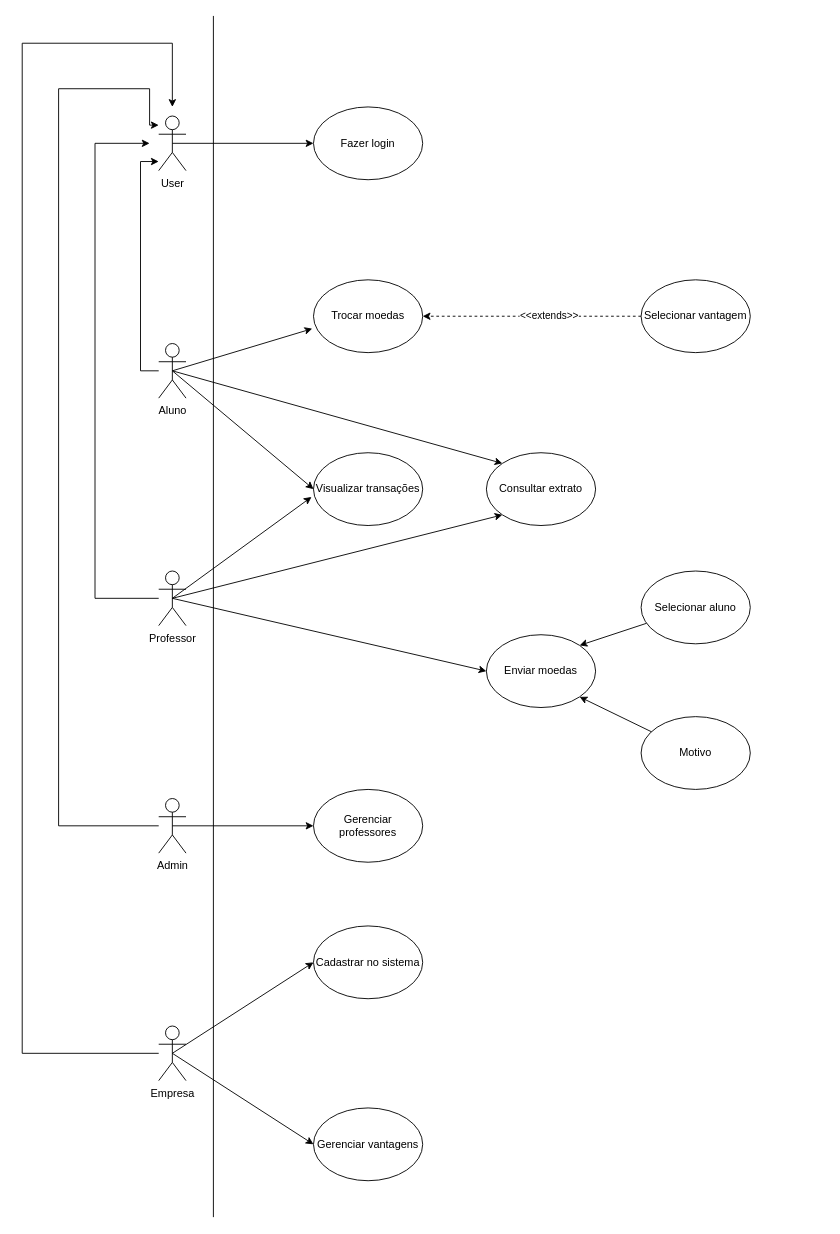
Above: projeto/Casos de uso/Diagrama_Caso_de_Uso.drawio in PUCMG-2023-02-LDS-G3/Laboratorio-03 (draw.io), before the change. Source tidied: cells renumbered, new cells numbered last; positions are measured from the earlier drawing's top-left corner, leaving out a move shared by most shapes. Both pictures are drawn from the tidied source at 91%, with x=0, y=0 at pixel (22, 15).
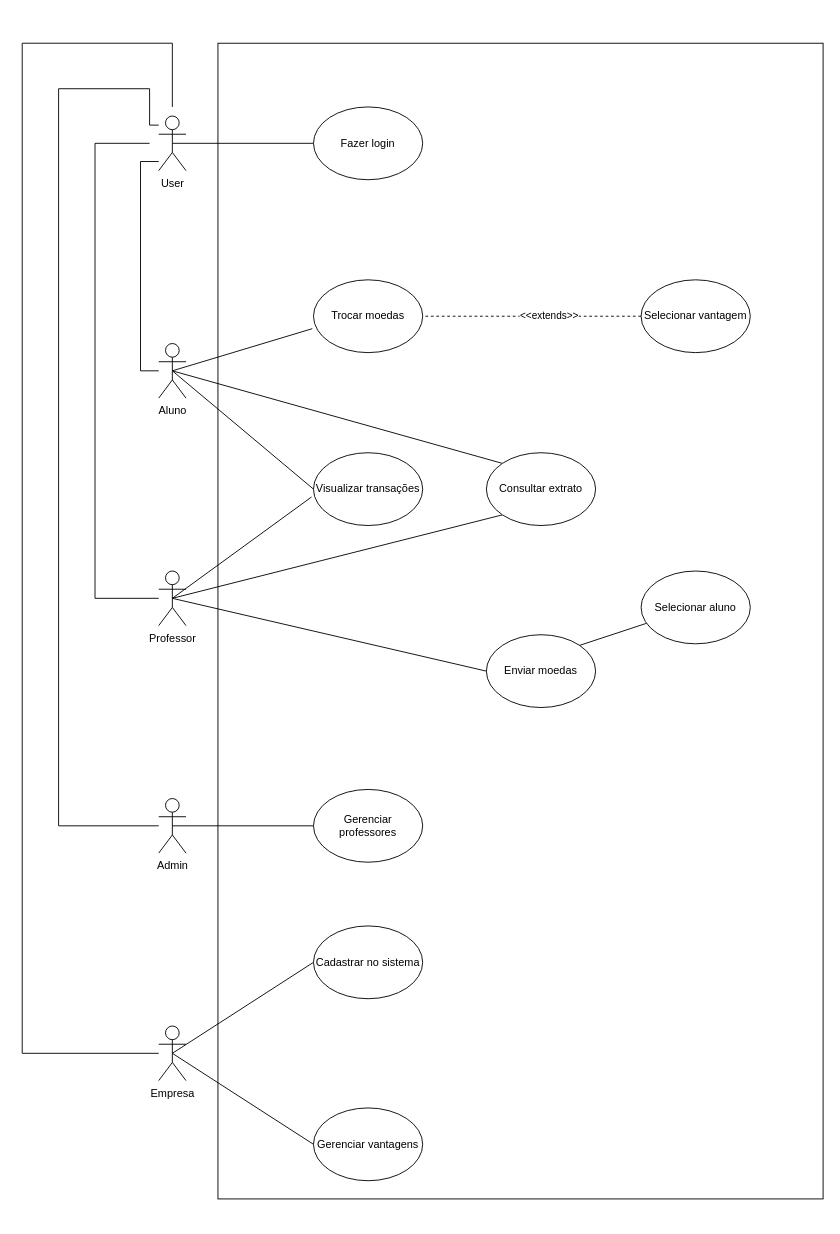
Above is the later version.

Commit message (it also covers changes not shown here):
Modelo ER + caso de uso

Unchanged cells that the change refers to:
```xml
<mxCell id="2" value="User" style="shape=umlActor;verticalLabelPosition=bottom;verticalAlign=top;html=1;outlineConnect=0;" parent="1" vertex="1">
  <mxGeometry x="149.9" y="110" width="30" height="60" as="geometry" />
</mxCell>
<mxCell id="8" value="Aluno" style="shape=umlActor;verticalLabelPosition=bottom;verticalAlign=top;html=1;outlineConnect=0;" parent="1" vertex="1">
  <mxGeometry x="149.9" y="360" width="30" height="60" as="geometry" />
</mxCell>
<mxCell id="12" value="Professor" style="shape=umlActor;verticalLabelPosition=bottom;verticalAlign=top;html=1;outlineConnect=0;" parent="1" vertex="1">
  <mxGeometry x="149.9" y="610" width="30" height="60" as="geometry" />
</mxCell>
<mxCell id="15" value="Admin" style="shape=umlActor;verticalLabelPosition=bottom;verticalAlign=top;html=1;outlineConnect=0;" parent="1" vertex="1">
  <mxGeometry x="149.9" y="860" width="30" height="60" as="geometry" />
</mxCell>
<mxCell id="19" value="Empresa" style="shape=umlActor;verticalLabelPosition=bottom;verticalAlign=top;html=1;outlineConnect=0;" parent="1" vertex="1">
  <mxGeometry x="149.9" y="1110" width="30" height="60" as="geometry" />
</mxCell>
<mxCell id="20" value="Fazer login" style="ellipse;whiteSpace=wrap;html=1;" parent="1" vertex="1">
  <mxGeometry x="320" y="100" width="120" height="80" as="geometry" />
</mxCell>
<mxCell id="21" value="Consultar extrato" style="ellipse;whiteSpace=wrap;html=1;" parent="1" vertex="1">
  <mxGeometry x="510" y="480" width="120" height="80" as="geometry" />
</mxCell>
<mxCell id="22" value="Gerenciar professores" style="ellipse;whiteSpace=wrap;html=1;" parent="1" vertex="1">
  <mxGeometry x="320" y="850" width="120" height="80" as="geometry" />
</mxCell>
<mxCell id="23" value="Trocar moedas" style="ellipse;whiteSpace=wrap;html=1;" parent="1" vertex="1">
  <mxGeometry x="320" y="290" width="120" height="80" as="geometry" />
</mxCell>
<mxCell id="26" value="Selecionar vantagem" style="ellipse;whiteSpace=wrap;html=1;" parent="1" vertex="1">
  <mxGeometry x="680" y="290" width="120" height="80" as="geometry" />
</mxCell>
<mxCell id="27" value="Visualizar transações" style="ellipse;whiteSpace=wrap;html=1;" parent="1" vertex="1">
  <mxGeometry x="320" y="480" width="120" height="80" as="geometry" />
</mxCell>
<mxCell id="29" value="Enviar moedas" style="ellipse;whiteSpace=wrap;html=1;" parent="1" vertex="1">
  <mxGeometry x="510" y="680" width="120" height="80" as="geometry" />
</mxCell>
<mxCell id="31" value="Selecionar aluno" style="ellipse;whiteSpace=wrap;html=1;" parent="1" vertex="1">
  <mxGeometry x="680" y="610" width="120" height="80" as="geometry" />
</mxCell>
<mxCell id="34" value="Cadastrar no sistema" style="ellipse;whiteSpace=wrap;html=1;" parent="1" vertex="1">
  <mxGeometry x="320" y="1000" width="120" height="80" as="geometry" />
</mxCell>
<mxCell id="35" value="Gerenciar vantagens" style="ellipse;whiteSpace=wrap;html=1;" parent="1" vertex="1">
  <mxGeometry x="320" y="1200" width="120" height="80" as="geometry" />
</mxCell>
```

The edit, as a diff of the source:
```diff
@@
-    <mxCell id="3" style="edgeStyle=orthogonalEdgeStyle;rounded=0;jettySize=auto;html=1;entryX=0;entryY=0.5;entryDx=0;entryDy=0;exitX=0.5;exitY=0.5;exitDx=0;exitDy=0;exitPerimeter=0;" parent="1" edge="1" source="2" target="20">
+    <mxCell id="3" style="edgeStyle=orthogonalEdgeStyle;rounded=0;jettySize=auto;html=1;entryX=0;entryY=0.5;entryDx=0;entryDy=0;exitX=0.5;exitY=0.5;exitDx=0;exitDy=0;exitPerimeter=0;endArrow=none;endFill=0;" parent="1" edge="1" source="2" target="20">
       <mxGeometry relative="1" as="geometry" />
     </mxCell>
-    <mxCell id="4" style="rounded=0;jettySize=auto;html=1;entryX=-0.011;entryY=0.671;entryDx=0;entryDy=0;entryPerimeter=0;exitX=0.5;exitY=0.5;exitDx=0;exitDy=0;exitPerimeter=0;" parent="1" edge="1" source="8" target="23">
+    <mxCell id="4" style="rounded=0;jettySize=auto;html=1;entryX=-0.011;entryY=0.671;entryDx=0;entryDy=0;entryPerimeter=0;exitX=0.5;exitY=0.5;exitDx=0;exitDy=0;exitPerimeter=0;endArrow=none;endFill=0;" parent="1" edge="1" source="8" target="23">
       <mxGeometry relative="1" as="geometry" />
     </mxCell>
-    <mxCell id="5" style="rounded=0;jettySize=auto;html=1;entryX=0;entryY=0.5;entryDx=0;entryDy=0;exitX=0.5;exitY=0.5;exitDx=0;exitDy=0;exitPerimeter=0;" parent="1" edge="1" source="8" target="27">
+    <mxCell id="5" style="rounded=0;jettySize=auto;html=1;entryX=0;entryY=0.5;entryDx=0;entryDy=0;exitX=0.5;exitY=0.5;exitDx=0;exitDy=0;exitPerimeter=0;endArrow=none;endFill=0;" parent="1" edge="1" source="8" target="27">
       <mxGeometry relative="1" as="geometry" />
     </mxCell>
-    <mxCell id="6" style="rounded=0;jettySize=auto;html=1;exitX=0.5;exitY=0.5;exitDx=0;exitDy=0;exitPerimeter=0;entryX=0;entryY=0;entryDx=0;entryDy=0;" parent="1" edge="1" source="8" target="21">
+    <mxCell id="6" style="rounded=0;jettySize=auto;html=1;exitX=0.5;exitY=0.5;exitDx=0;exitDy=0;exitPerimeter=0;entryX=0;entryY=0;entryDx=0;entryDy=0;endArrow=none;endFill=0;" parent="1" edge="1" source="8" target="21">
       <mxGeometry relative="1" as="geometry" />
     </mxCell>
-    <mxCell id="7" style="rounded=0;jettySize=auto;html=1;edgeStyle=orthogonalEdgeStyle;" parent="1" edge="1" source="8" target="2">
+    <mxCell id="7" style="rounded=0;jettySize=auto;html=1;edgeStyle=orthogonalEdgeStyle;endArrow=none;endFill=0;" parent="1" edge="1" source="8" target="2">
       <mxGeometry relative="1" as="geometry">
         <Array as="points">
           <mxPoint x="129.9" y="390" />
           <mxPoint x="129.9" y="160" />
         </Array>
       </mxGeometry>
     </mxCell>
@@
-    <mxCell id="9" style="rounded=0;jettySize=auto;html=1;entryX=0;entryY=1;entryDx=0;entryDy=0;exitX=0.5;exitY=0.5;exitDx=0;exitDy=0;exitPerimeter=0;" parent="1" edge="1" source="12" target="21">
+    <mxCell id="9" style="rounded=0;jettySize=auto;html=1;entryX=0;entryY=1;entryDx=0;entryDy=0;exitX=0.5;exitY=0.5;exitDx=0;exitDy=0;exitPerimeter=0;endArrow=none;endFill=0;" parent="1" edge="1" source="12" target="21">
       <mxGeometry relative="1" as="geometry" />
     </mxCell>
-    <mxCell id="10" style="rounded=0;jettySize=auto;html=1;entryX=0;entryY=0.5;entryDx=0;entryDy=0;exitX=0.5;exitY=0.5;exitDx=0;exitDy=0;exitPerimeter=0;" parent="1" edge="1" source="12" target="29">
+    <mxCell id="10" style="rounded=0;jettySize=auto;html=1;entryX=0;entryY=0.5;entryDx=0;entryDy=0;exitX=0.5;exitY=0.5;exitDx=0;exitDy=0;exitPerimeter=0;endArrow=none;endFill=0;" parent="1" edge="1" source="12" target="29">
       <mxGeometry relative="1" as="geometry" />
     </mxCell>
-    <mxCell id="11" style="edgeStyle=orthogonalEdgeStyle;rounded=0;jettySize=auto;html=1;" parent="1" edge="1" source="12">
+    <mxCell id="11" style="edgeStyle=orthogonalEdgeStyle;rounded=0;jettySize=auto;html=1;endArrow=none;endFill=0;" parent="1" edge="1" source="12">
       <mxGeometry relative="1" as="geometry">
         <mxPoint x="139.9" y="140" as="targetPoint" />
         <Array as="points">
           <mxPoint x="79.9" y="640" />
           <mxPoint x="79.9" y="140" />
           <mxPoint x="139.9" y="140" />
         </Array>
       </mxGeometry>
     </mxCell>
@@
-    <mxCell id="13" style="edgeStyle=orthogonalEdgeStyle;rounded=0;jettySize=auto;html=1;entryX=0;entryY=0.5;entryDx=0;entryDy=0;exitX=0.5;exitY=0.5;exitDx=0;exitDy=0;exitPerimeter=0;" parent="1" edge="1" source="15" target="22">
+    <mxCell id="13" style="edgeStyle=orthogonalEdgeStyle;rounded=0;jettySize=auto;html=1;entryX=0;entryY=0.5;entryDx=0;entryDy=0;exitX=0.5;exitY=0.5;exitDx=0;exitDy=0;exitPerimeter=0;endArrow=none;endFill=0;" parent="1" edge="1" source="15" target="22">
       <mxGeometry relative="1" as="geometry" />
     </mxCell>
-    <mxCell id="14" style="edgeStyle=orthogonalEdgeStyle;rounded=0;jettySize=auto;html=1;" parent="1" edge="1" source="15" target="2">
+    <mxCell id="14" style="edgeStyle=orthogonalEdgeStyle;rounded=0;jettySize=auto;html=1;endArrow=none;endFill=0;" parent="1" edge="1" source="15" target="2">
       <mxGeometry relative="1" as="geometry">
         <Array as="points">
           <mxPoint x="39.9" y="890" />
           <mxPoint x="39.9" y="80" />
           <mxPoint x="139.9" y="80" />
           <mxPoint x="139.9" y="120" />
         </Array>
       </mxGeometry>
     </mxCell>
@@
-    <mxCell id="16" style="rounded=0;jettySize=auto;html=1;entryX=0;entryY=0.5;entryDx=0;entryDy=0;exitX=0.5;exitY=0.5;exitDx=0;exitDy=0;exitPerimeter=0;" parent="1" edge="1" source="19" target="34">
+    <mxCell id="16" style="rounded=0;jettySize=auto;html=1;entryX=0;entryY=0.5;entryDx=0;entryDy=0;exitX=0.5;exitY=0.5;exitDx=0;exitDy=0;exitPerimeter=0;endArrow=none;endFill=0;" parent="1" edge="1" source="19" target="34">
       <mxGeometry relative="1" as="geometry" />
     </mxCell>
-    <mxCell id="17" style="rounded=0;jettySize=auto;html=1;entryX=0;entryY=0.5;entryDx=0;entryDy=0;exitX=0.5;exitY=0.5;exitDx=0;exitDy=0;exitPerimeter=0;" parent="1" edge="1" source="19" target="35">
+    <mxCell id="17" style="rounded=0;jettySize=auto;html=1;entryX=0;entryY=0.5;entryDx=0;entryDy=0;exitX=0.5;exitY=0.5;exitDx=0;exitDy=0;exitPerimeter=0;endArrow=none;endFill=0;" parent="1" edge="1" source="19" target="35">
       <mxGeometry relative="1" as="geometry" />
     </mxCell>
-    <mxCell id="18" style="edgeStyle=orthogonalEdgeStyle;rounded=0;jettySize=auto;html=1;" parent="1" edge="1" source="19">
+    <mxCell id="18" style="edgeStyle=orthogonalEdgeStyle;rounded=0;jettySize=auto;html=1;endArrow=none;endFill=0;" parent="1" edge="1" source="19">
       <mxGeometry relative="1" as="geometry">
         <mxPoint x="164.9" y="100" as="targetPoint" />
         <Array as="points">
           <mxPoint x="-0.1" y="1140" />
           <mxPoint x="-0.1" y="30" />
           <mxPoint x="164.9" y="30" />
         </Array>
       </mxGeometry>
     </mxCell>
@@
-    <mxCell id="24" style="edgeStyle=orthogonalEdgeStyle;rounded=0;jettySize=auto;html=1;exitX=0;exitY=0.5;exitDx=0;exitDy=0;entryX=1;entryY=0.5;entryDx=0;entryDy=0;dashed=1;" parent="1" edge="1" source="26" target="23">
+    <mxCell id="24" style="edgeStyle=orthogonalEdgeStyle;rounded=0;jettySize=auto;html=1;exitX=0;exitY=0.5;exitDx=0;exitDy=0;entryX=1;entryY=0.5;entryDx=0;entryDy=0;dashed=1;endArrow=none;endFill=0;" parent="1" edge="1" source="26" target="23">
       <mxGeometry relative="1" as="geometry" />
     </mxCell>
@@
-    <mxCell id="28" style="rounded=0;jettySize=auto;html=1;entryX=-0.018;entryY=0.608;entryDx=0;entryDy=0;entryPerimeter=0;exitX=0.5;exitY=0.5;exitDx=0;exitDy=0;exitPerimeter=0;" parent="1" edge="1" source="12" target="27">
+    <mxCell id="28" style="rounded=0;jettySize=auto;html=1;entryX=-0.018;entryY=0.608;entryDx=0;entryDy=0;entryPerimeter=0;exitX=0.5;exitY=0.5;exitDx=0;exitDy=0;exitPerimeter=0;endArrow=none;endFill=0;" parent="1" edge="1" source="12" target="27">
       <mxGeometry relative="1" as="geometry" />
     </mxCell>
@@
-    <mxCell id="30" style="rounded=0;jettySize=auto;html=1;entryX=1;entryY=0;entryDx=0;entryDy=0;" parent="1" edge="1" source="31" target="29">
+    <mxCell id="30" style="rounded=0;jettySize=auto;html=1;entryX=1;entryY=0;entryDx=0;entryDy=0;endArrow=none;endFill=0;" parent="1" edge="1" source="31" target="29">
       <mxGeometry relative="1" as="geometry" />
     </mxCell>
@@
-    <mxCell id="32" value="Motivo" style="ellipse;whiteSpace=wrap;html=1;" parent="1" vertex="1">
-      <mxGeometry x="680" y="770" width="120" height="80" as="geometry" />
-    </mxCell>
-    <mxCell id="33" style="rounded=0;jettySize=auto;html=1;entryX=1;entryY=1;entryDx=0;entryDy=0;" parent="1" edge="1" source="32" target="29">
-      <mxGeometry relative="1" as="geometry" />
-    </mxCell>
@@
-    <mxCell id="36" style="endArrow=none;html=1;rounded=0;" parent="1" edge="1">
-      <mxGeometry relative="1" as="geometry">
-        <mxPoint x="210" y="1320" as="sourcePoint" />
-        <mxPoint x="210" as="targetPoint" />
-      </mxGeometry>
-    </mxCell>
+    <mxCell id="37" style="rounded=0;whiteSpace=wrap;html=1;fillColor=none;" parent="1" vertex="1">
+      <mxGeometry x="215" y="30" width="665" height="1270" as="geometry" />
+    </mxCell>
```
